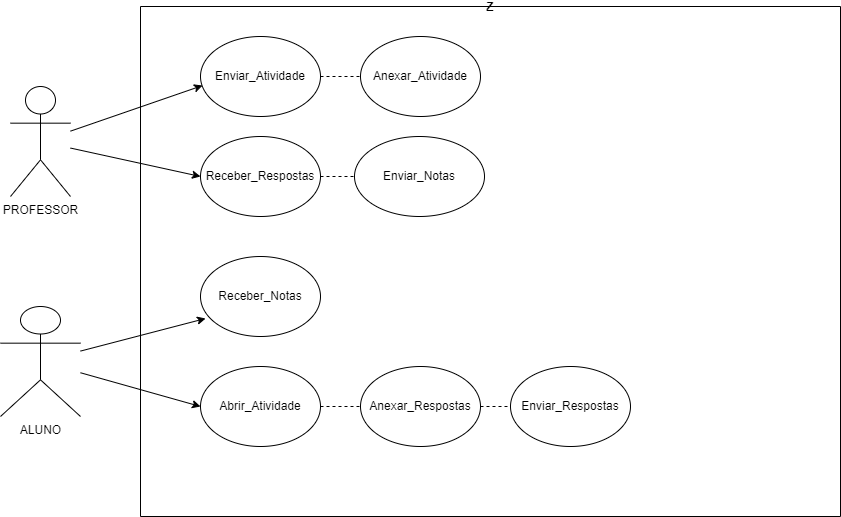
Before: Untitled Diagram.drawio.png, a diagram exported from draw.io (Antonio-Barbosa/Bertoti). Source tidied: cells renumbered, new cells last; positions are measured from the earlier drawing's top-left corner, leaving out a move shared by most shapes.
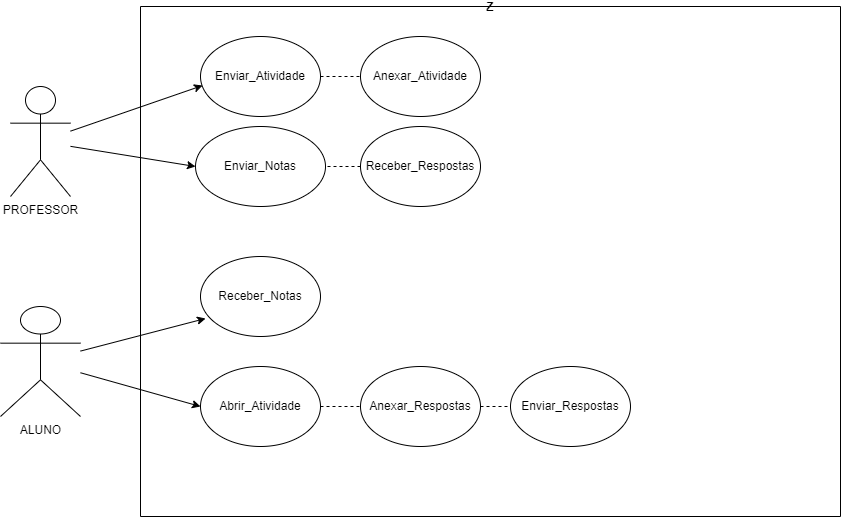
The same file after the commit.

What changed in the source:
```diff
@@ -24,10 +24,10 @@
       <mxGeometry x="370" y="360" width="120" height="80" as="geometry" />
     </mxCell>
     <mxCell id="9" value="Receber_Respostas" style="ellipse;whiteSpace=wrap;html=1;shadow=0;gradientColor=none;" parent="4" vertex="1">
-      <mxGeometry x="60" y="130" width="120" height="80" as="geometry" />
+      <mxGeometry x="220" y="120" width="120" height="80" as="geometry" />
     </mxCell>
     <mxCell id="10" value="Enviar_Notas" style="ellipse;whiteSpace=wrap;html=1;shadow=0;gradientColor=none;" parent="4" vertex="1">
-      <mxGeometry x="214" y="130" width="130" height="80" as="geometry" />
+      <mxGeometry x="55" y="120" width="130" height="80" as="geometry" />
     </mxCell>
     <mxCell id="11" value="Receber_Notas" style="ellipse;whiteSpace=wrap;html=1;shadow=0;gradientColor=none;" parent="4" vertex="1">
       <mxGeometry x="60" y="250" width="120" height="80" as="geometry" />
@@ -38,7 +38,7 @@
     <mxCell id="13" value="Anexar_Atividade" style="ellipse;whiteSpace=wrap;html=1;" parent="4" vertex="1">
       <mxGeometry x="220" y="30" width="120" height="80" as="geometry" />
     </mxCell>
-    <mxCell id="14" style="endArrow=none;dashed=1;html=1;rounded=0;exitX=1;exitY=0.5;exitDx=0;exitDy=0;entryX=0;entryY=0.5;entryDx=0;entryDy=0;" parent="4" edge="1" source="9" target="10">
+    <mxCell id="14" style="endArrow=none;dashed=1;html=1;rounded=0;exitX=0;exitY=0.5;exitDx=0;exitDy=0;entryX=1;entryY=0.5;entryDx=0;entryDy=0;" parent="4" edge="1" source="9" target="10">
       <mxGeometry relative="1" as="geometry" />
     </mxCell>
     <mxCell id="15" style="endArrow=none;dashed=1;html=1;rounded=0;entryX=0;entryY=0.5;entryDx=0;entryDy=0;" parent="4" edge="1" source="5" target="13">
@@ -53,7 +53,7 @@
     <mxCell id="18" style="endArrow=classic;html=1;rounded=0;entryX=0.042;entryY=0.775;entryDx=0;entryDy=0;entryPerimeter=0;" parent="1" edge="1" source="3" target="11">
       <mxGeometry relative="1" as="geometry" />
     </mxCell>
-    <mxCell id="19" style="endArrow=classic;html=1;rounded=0;entryX=0;entryY=0.5;entryDx=0;entryDy=0;" parent="1" edge="1" source="2" target="9">
+    <mxCell id="19" style="endArrow=classic;html=1;rounded=0;entryX=0;entryY=0.5;entryDx=0;entryDy=0;" parent="1" edge="1" source="2" target="10">
       <mxGeometry relative="1" as="geometry" />
     </mxCell>
     <mxCell id="20" style="endArrow=classic;html=1;rounded=0;entryX=0.017;entryY=0.613;entryDx=0;entryDy=0;entryPerimeter=0;" parent="1" edge="1" source="2" target="5">
```
